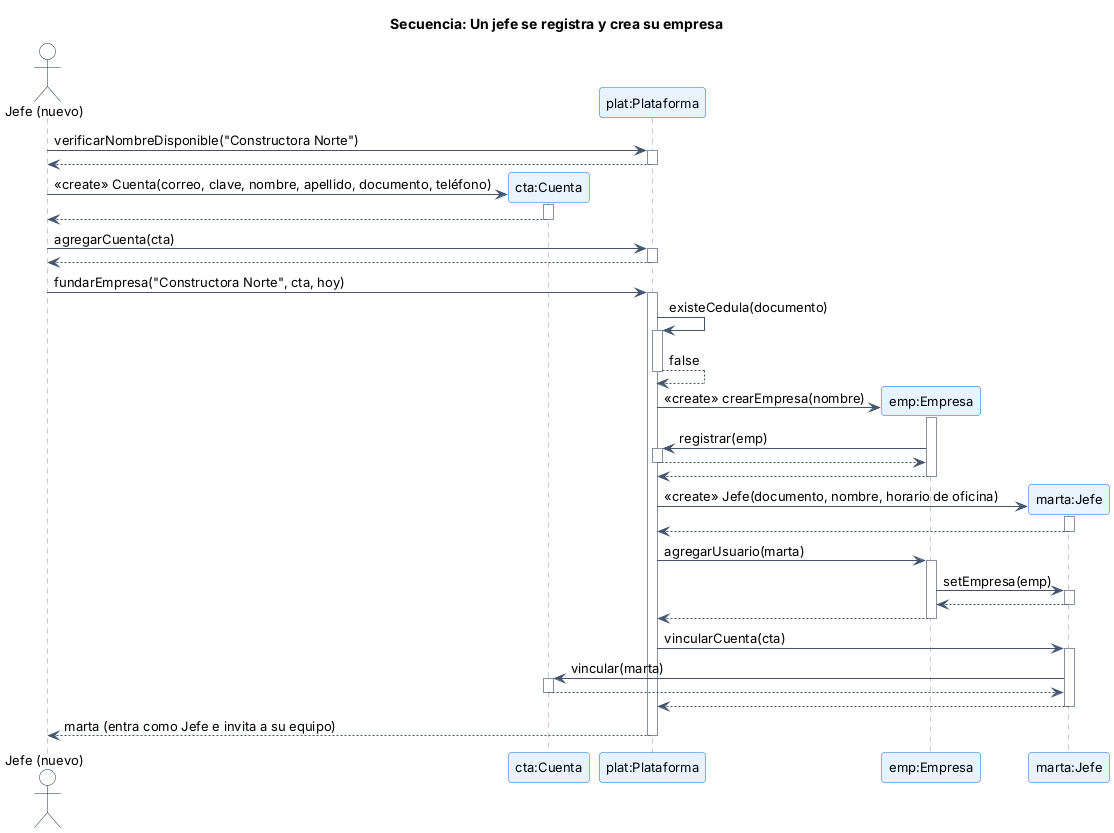
Before: docs/diagramas/img/secuencia_crear_empresa.png, a diagram exported from PlantUML (diavolo34/Proyecto-Poo). The source it was exported from:
```plantuml
@startuml secuencia_crear_empresa
!include estilo.iuml
title Secuencia: Un jefe se registra y crea su empresa
autoactivate on
actor "Jefe (nuevo)" as A
participant "cta:Cuenta" as C
participant "plat:Plataforma" as P
participant "emp:Empresa" as E
participant "marta:Jefe" as J

A -> P : verificarNombreDisponible("Constructora Norte")
P --> A
create C
A -> C : <<create>> Cuenta(correo, clave, nombre, apellido, documento, teléfono)
C --> A
A -> P : agregarCuenta(cta)
P --> A
A -> P : fundarEmpresa("Constructora Norte", cta, hoy)
P -> P : existeCedula(documento)
P --> P : false
create E
P -> E : <<create>> crearEmpresa(nombre)
E -> P : registrar(emp)
P --> E
E --> P
create J
P -> J : <<create>> Jefe(documento, nombre, horario de oficina)
J --> P
P -> E : agregarUsuario(marta)
E -> J : setEmpresa(emp)
J --> E
E --> P
P -> J : vincularCuenta(cta)
J -> C : vincular(marta)
C --> J
J --> P
P --> A : marta (entra como Jefe e invita a su equipo)
@enduml
```
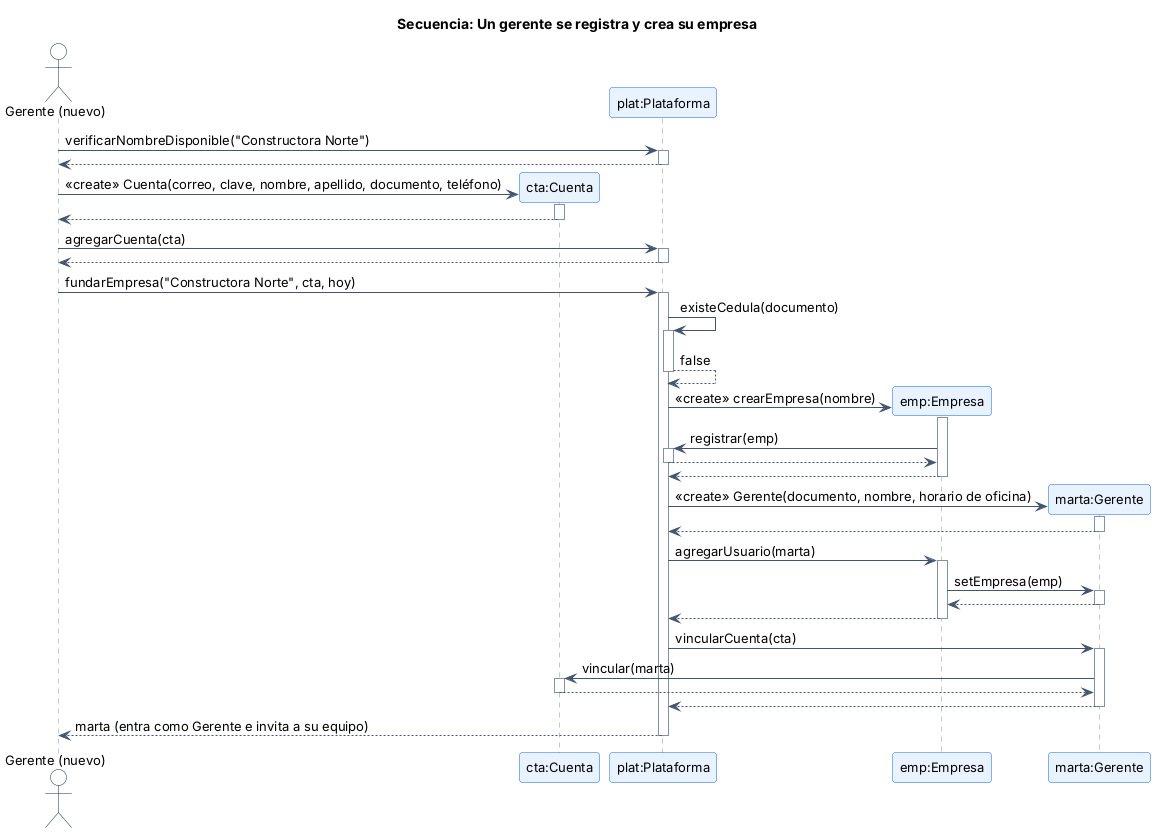
The same file after the commit.

Change to the diagram source:
```diff
@@ -1,12 +1,12 @@
 @startuml secuencia_crear_empresa
 !include estilo.iuml
-title Secuencia: Un jefe se registra y crea su empresa
+title Secuencia: Un gerente se registra y crea su empresa
 autoactivate on
-actor "Jefe (nuevo)" as A
+actor "Gerente (nuevo)" as A
 participant "cta:Cuenta" as C
 participant "plat:Plataforma" as P
 participant "emp:Empresa" as E
-participant "marta:Jefe" as J
+participant "marta:Gerente" as J
 
 A -> P : verificarNombreDisponible("Constructora Norte")
 P --> A
@@ -24,7 +24,7 @@
 P --> E
 E --> P
 create J
-P -> J : <<create>> Jefe(documento, nombre, horario de oficina)
+P -> J : <<create>> Gerente(documento, nombre, horario de oficina)
 J --> P
 P -> E : agregarUsuario(marta)
 E -> J : setEmpresa(emp)
@@ -34,5 +34,5 @@
 J -> C : vincular(marta)
 C --> J
 J --> P
-P --> A : marta (entra como Jefe e invita a su equipo)
+P --> A : marta (entra como Gerente e invita a su equipo)
 @enduml
```
